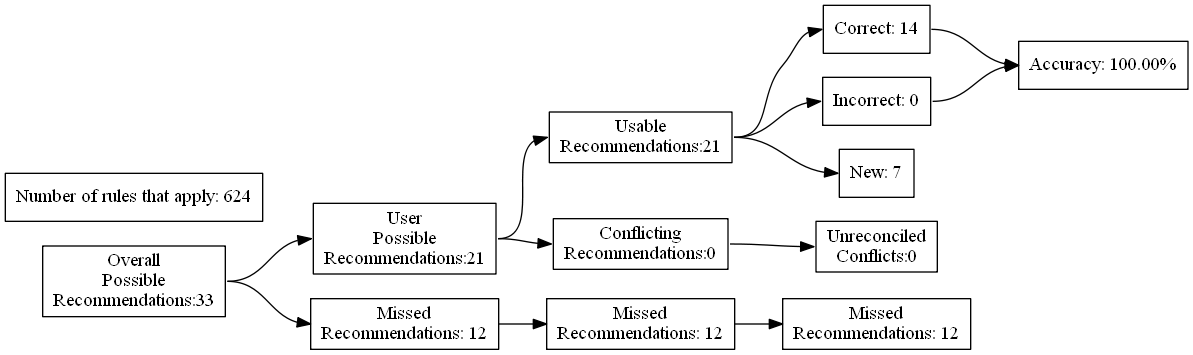
ZaxR/ibd_diet_analysis keeps this Graphviz diagram as test_renders/96.gv.png. Above is the earlier version. Its source is kept beside it as test_renders/96.gv.
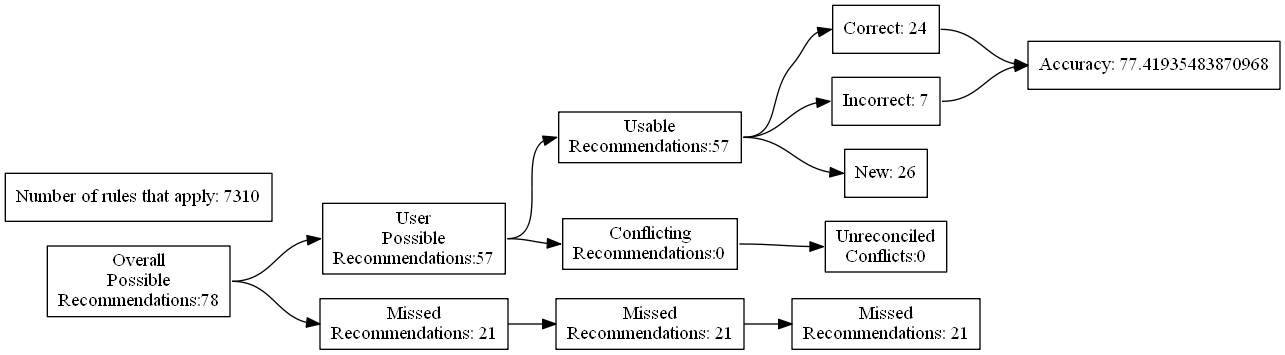
Above is the later version.

The edit, as a diff of the source:
```diff
@@ -4,27 +4,27 @@
 	edge [headport=w tailport=e]
 		A [label="Overall
 Possible
-Recommendations:33"]
+Recommendations:78"]
 		B [label="User
 Possible
-Recommendations:21"]
+Recommendations:57"]
 		C [label="Missed
-Recommendations: 12"]
+Recommendations: 21"]
 		D [label="Usable
-Recommendations:21"]
+Recommendations:57"]
 		E [label="Conflicting
 Recommendations:0"]
 		J [label="Missed
-Recommendations: 12"]
+Recommendations: 21"]
 		M [label="Unreconciled
 Conflicts:0"]
-		F [label="Correct: 14"]
-		G [label="Incorrect: 0"]
-		H [label="New: 7"]
+		F [label="Correct: 24"]
+		G [label="Incorrect: 7"]
+		H [label="New: 26"]
 		K [label="Missed
-Recommendations: 12"]
-		I [label="Accuracy: 100.00%"]
-		l [label="Number of rules that apply: 624"]
+Recommendations: 21"]
+		I [label="Accuracy: 77.41935483870968"]
+		l [label="Number of rules that apply: 7310"]
 			A -> B
 			A -> C
 			B -> D
```
